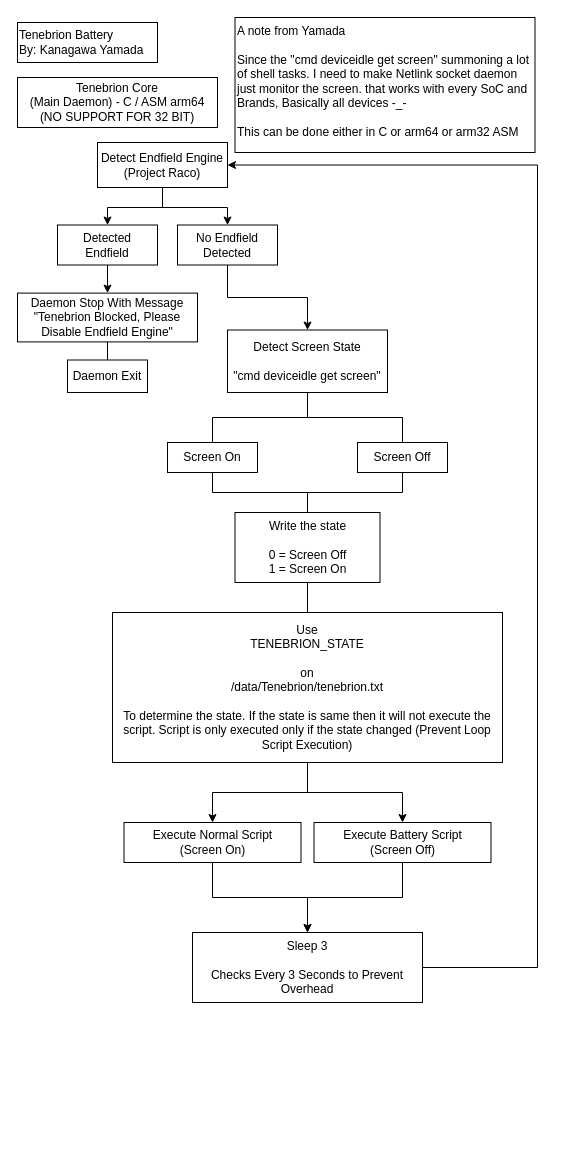
The draw.io diagram IMG & Concept/Concept ot Tenebrion.drawio in LoggingNewMemory/Tenebrion-Battery, before the edit. Source tidied: cells renumbered, new cells numbered last; positions are measured from the earlier drawing's top-left corner, leaving out a move shared by most shapes. Both pictures are drawn from the tidied source at 100%, with x=0, y=0 at pixel (17, 17).
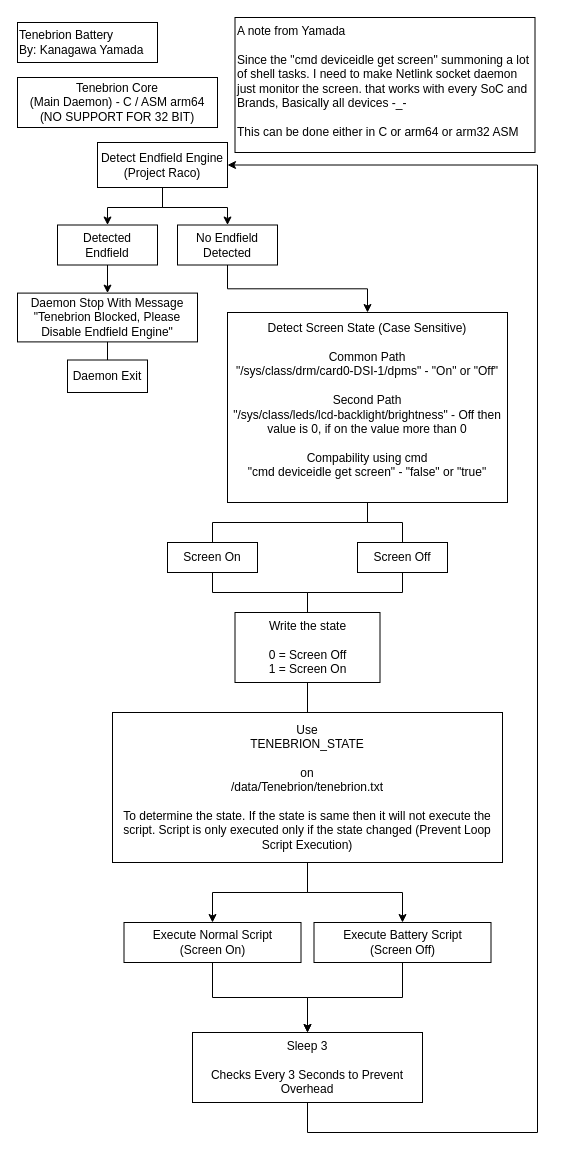
The same page after the edit.

Commit message (it also covers changes not shown here):
Update more path on concept

The change refers to these unchanged cells:
```xml
<mxCell id="9" value="Detect Endfield Engine (Project Raco)" style="rounded=0;whiteSpace=wrap;html=1;" parent="1" vertex="1">
  <mxGeometry x="80" y="125" width="130" height="45" as="geometry" />
</mxCell>
```

Change to the diagram source:
```diff
@@
-    <mxCell id="6" value="Detect Screen State&lt;div&gt;&lt;br&gt;&lt;/div&gt;&lt;div&gt;&quot;cmd deviceidle get screen&quot;&lt;/div&gt;" style="rounded=0;whiteSpace=wrap;html=1;" parent="1" vertex="1">
-      <mxGeometry x="210" y="312.5" width="160" height="62.5" as="geometry" />
+    <mxCell id="6" value="Detect Screen State (Case Sensitive)&lt;div&gt;&lt;br&gt;&lt;/div&gt;&lt;div&gt;Common Path&lt;/div&gt;&lt;div&gt;&quot;/sys/class/drm/card0-DSI-1/dpms&quot; - &quot;On&quot; or &quot;Off&quot;&lt;/div&gt;&lt;div&gt;&lt;br&gt;&lt;/div&gt;&lt;div&gt;Second Path&lt;/div&gt;&lt;div&gt;&lt;span style=&quot;background-color: transparent; color: light-dark(rgb(0, 0, 0), rgb(255, 255, 255));&quot;&gt;&quot;/sys/class/leds/lcd-backlight/brightness&quot; - Off then value is 0, if on the value more than 0&lt;/span&gt;&lt;/div&gt;&lt;div&gt;&lt;br&gt;&lt;/div&gt;&lt;div&gt;Compability using cmd&lt;/div&gt;&lt;div&gt;&lt;div&gt;&quot;cmd deviceidle get screen&quot; - &quot;false&quot; or &quot;true&quot;&lt;/div&gt;&lt;/div&gt;&lt;div&gt;&lt;br&gt;&lt;/div&gt;" style="rounded=0;whiteSpace=wrap;html=1;" parent="1" vertex="1">
+      <mxGeometry x="210" y="295" width="280" height="190" as="geometry" />
     </mxCell>
@@
     <mxCell id="18" value="Screen On" style="rounded=0;whiteSpace=wrap;html=1;" parent="1" vertex="1">
-      <mxGeometry x="150" y="425" width="90" height="30" as="geometry" />
+      <mxGeometry x="150" y="525" width="90" height="30" as="geometry" />
     </mxCell>
@@
     <mxCell id="20" value="Screen Off" style="rounded=0;whiteSpace=wrap;html=1;" parent="1" vertex="1">
-      <mxGeometry x="340" y="425" width="90" height="30" as="geometry" />
+      <mxGeometry x="340" y="525" width="90" height="30" as="geometry" />
     </mxCell>
@@
     <mxCell id="22" value="Execute Normal Script&lt;div&gt;(Screen On)&lt;/div&gt;" style="rounded=0;whiteSpace=wrap;html=1;" parent="1" vertex="1">
-      <mxGeometry x="106.5" y="805" width="177" height="40" as="geometry" />
+      <mxGeometry x="106.5" y="905" width="177" height="40" as="geometry" />
     </mxCell>
@@
     <mxCell id="24" value="Execute Battery Script&lt;div&gt;(Screen Off)&lt;/div&gt;" style="rounded=0;whiteSpace=wrap;html=1;" parent="1" vertex="1">
-      <mxGeometry x="296.5" y="805" width="177" height="40" as="geometry" />
+      <mxGeometry x="296.5" y="905" width="177" height="40" as="geometry" />
     </mxCell>
     <mxCell id="25" style="edgeStyle=orthogonalEdgeStyle;rounded=0;jettySize=auto;html=1;entryX=1;entryY=0.5;entryDx=0;entryDy=0;" parent="1" edge="1" source="26" target="9">
       <mxGeometry relative="1" as="geometry">
         <Array as="points">
-          <mxPoint x="520" y="950" />
+          <mxPoint x="290" y="1115" />
+          <mxPoint x="520" y="1115" />
           <mxPoint x="520" y="148" />
         </Array>
       </mxGeometry>
     </mxCell>
     <mxCell id="26" value="Sleep 3&lt;div&gt;&lt;br&gt;&lt;/div&gt;&lt;div&gt;Checks Every 3 Seconds to Prevent Overhead&lt;/div&gt;" style="rounded=0;whiteSpace=wrap;html=1;" parent="1" vertex="1">
-      <mxGeometry x="175" y="915" width="230" height="70" as="geometry" />
+      <mxGeometry x="175" y="1015" width="230" height="70" as="geometry" />
     </mxCell>
@@
     <mxCell id="30" value="Use&lt;div&gt;TENEBRION_STATE&lt;/div&gt;&lt;div&gt;&lt;br&gt;&lt;/div&gt;&lt;div&gt;on&lt;/div&gt;&lt;div&gt;&lt;div&gt;/data/Tenebrion/tenebrion.txt&lt;/div&gt;&lt;/div&gt;&lt;div&gt;&lt;br&gt;&lt;/div&gt;&lt;div&gt;To determine the state. If the state is same then it will not execute the script. Script is only executed only if the state changed (Prevent Loop Script Execution)&lt;/div&gt;" style="rounded=0;whiteSpace=wrap;html=1;" parent="1" vertex="1">
-      <mxGeometry x="95" y="595" width="390" height="150" as="geometry" />
+      <mxGeometry x="95" y="695" width="390" height="150" as="geometry" />
     </mxCell>
     <mxCell id="31" value="Write the state&lt;div&gt;&lt;br&gt;&lt;/div&gt;&lt;div&gt;&lt;div&gt;0 = Screen Off&lt;/div&gt;&lt;div&gt;1 = Screen On&lt;/div&gt;&lt;/div&gt;" style="rounded=0;whiteSpace=wrap;html=1;" parent="1" vertex="1">
-      <mxGeometry x="217.5" y="495" width="145" height="70" as="geometry" />
+      <mxGeometry x="217.5" y="595" width="145" height="70" as="geometry" />
     </mxCell>
```
